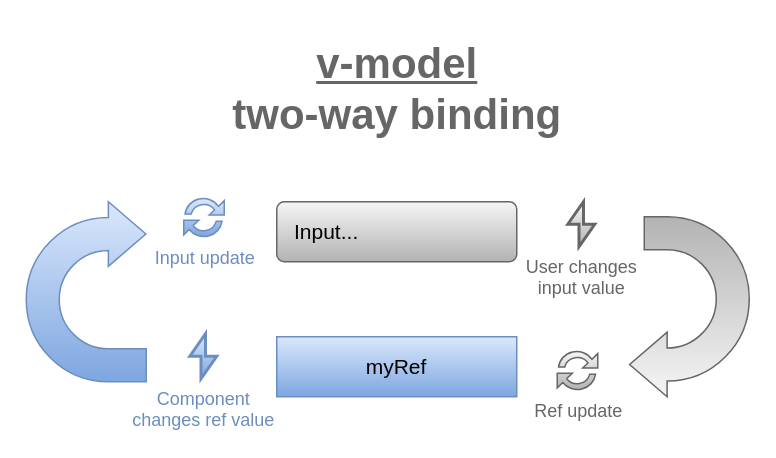
Earlier version of the draw.io diagram page "v-model" (1 of 2) of posts/171-vue-v-model/diagrams/diagram.drawio (panzerdp/dmitripavlutin.com). Source tidied: cells renumbered, new cells numbered last; positions are measured from the earlier drawing's top-left corner, leaving out a move shared by most shapes. Both pictures are drawn from the tidied source at 150%, with x=0, y=0 at pixel (26, 36).
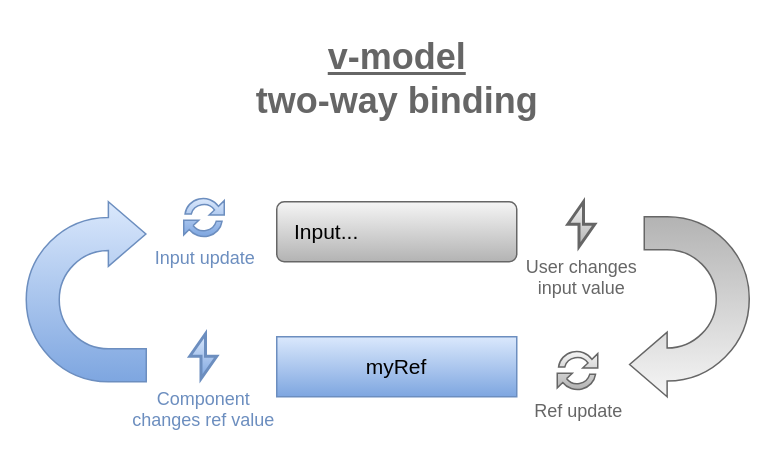
The same page after the edit.

Commit message (it also covers changes not shown here):
content: update v-model inputs pictures

Diff of the diagram source:
```diff
@@
 <mxGraphModel>
   <root>
     <mxCell id="0" />
     <mxCell id="1" parent="0" />
     <mxCell id="2" value="Input..." style="html=1;shadow=0;dashed=0;shape=mxgraph.bootstrap.rrect;rSize=5;strokeColor=#666666;strokeWidth=1;fillColor=#f5f5f5;whiteSpace=wrap;align=left;verticalAlign=middle;spacingLeft=10;fontSize=14;gradientColor=#b3b3b3;" parent="1" vertex="1">
       <mxGeometry x="167" y="110" width="160" height="40" as="geometry" />
     </mxCell>
     <mxCell id="3" value="&lt;font style=&quot;font-size: 14px;&quot;&gt;myRef&lt;/font&gt;" style="rounded=0;whiteSpace=wrap;html=1;fillColor=#dae8fc;gradientColor=#7ea6e0;strokeColor=#6c8ebf;" parent="1" vertex="1">
       <mxGeometry x="167" y="200" width="160" height="40" as="geometry" />
     </mxCell>
     <mxCell id="4" style="html=1;shadow=0;dashed=0;align=center;verticalAlign=middle;shape=mxgraph.arrows2.uTurnArrow;dy=11;arrowHead=43;dx2=25;flipH=1;flipV=1;fillColor=#f5f5f5;gradientColor=#b3b3b3;strokeColor=#666666;" parent="1" vertex="1">
       <mxGeometry x="412" y="120" width="70" height="120" as="geometry" />
     </mxCell>
     <mxCell id="5" style="html=1;shadow=0;dashed=0;align=center;verticalAlign=middle;shape=mxgraph.arrows2.uTurnArrow;dy=11;arrowHead=43;dx2=25;flipH=0;flipV=0;fillColor=#dae8fc;gradientColor=#7ea6e0;strokeColor=#6c8ebf;" parent="1" vertex="1">
       <mxGeometry y="110" width="80" height="120" as="geometry" />
     </mxCell>
-    <mxCell id="6" value="&lt;font color=&quot;#666666&quot;&gt;&lt;u&gt;v-model &lt;br&gt;&lt;/u&gt;two-way binding&lt;/font&gt;" style="text;strokeColor=none;fillColor=none;html=1;fontSize=28;fontStyle=1;verticalAlign=middle;align=center;fontColor=#333333;" parent="1" vertex="1">
-      <mxGeometry x="132" width="230" height="70" as="geometry" />
+    <mxCell id="6" value="&lt;font color=&quot;#666666&quot; style=&quot;font-size: 24px;&quot;&gt;&lt;u style=&quot;font-size: 24px;&quot;&gt;v-model &lt;br style=&quot;font-size: 24px;&quot;&gt;&lt;/u&gt;two-way binding&lt;/font&gt;" style="text;strokeColor=none;fillColor=none;html=1;fontSize=24;fontStyle=1;verticalAlign=middle;align=center;fontColor=#333333;" parent="1" vertex="1">
+      <mxGeometry x="132" y="-7" width="230" height="70" as="geometry" />
     </mxCell>
     <mxCell id="7" value="&lt;font color=&quot;#666666&quot;&gt;User changes&lt;br&gt;input value&lt;/font&gt;" style="html=1;verticalLabelPosition=bottom;align=center;labelBackgroundColor=#ffffff;verticalAlign=top;strokeWidth=2;strokeColor=#666666;shadow=0;dashed=0;shape=mxgraph.ios7.icons.flash;fillColor=#f5f5f5;gradientColor=#b3b3b3;" parent="1" vertex="1">
       <mxGeometry x="361" y="110" width="18" height="30" as="geometry" />
     </mxCell>
     <mxCell id="8" value="&lt;font color=&quot;#6c8ebf&quot;&gt;Component&lt;br&gt;changes ref value&lt;/font&gt;" style="html=1;verticalLabelPosition=bottom;align=center;labelBackgroundColor=#ffffff;verticalAlign=top;strokeWidth=2;strokeColor=#6c8ebf;shadow=0;dashed=0;shape=mxgraph.ios7.icons.flash;fillColor=#dae8fc;gradientColor=#7ea6e0;" parent="1" vertex="1">
       <mxGeometry x="109" y="198" width="18" height="30" as="geometry" />
     </mxCell>
     <mxCell id="9" value="&lt;font color=&quot;#666666&quot;&gt;Ref update&lt;/font&gt;" style="sketch=0;shadow=0;dashed=0;html=1;strokeColor=#666666;labelPosition=center;verticalLabelPosition=bottom;verticalAlign=top;align=center;fillColor=#f5f5f5;shape=mxgraph.mscae.intune.update;fontSize=12;strokeWidth=1;gradientColor=#b3b3b3;" parent="1" vertex="1">
       <mxGeometry x="354" y="209" width="27" height="27" as="geometry" />
     </mxCell>
     <mxCell id="10" value="&lt;font color=&quot;#6c8ebf&quot;&gt;Input update&lt;/font&gt;" style="sketch=0;shadow=0;dashed=0;html=1;strokeColor=#6c8ebf;labelPosition=center;verticalLabelPosition=bottom;verticalAlign=top;align=center;fillColor=#dae8fc;shape=mxgraph.mscae.intune.update;fontSize=12;strokeWidth=1;gradientColor=#7ea6e0;" parent="1" vertex="1">
       <mxGeometry x="105" y="107" width="27" height="27" as="geometry" />
     </mxCell>
   </root>
 </mxGraphModel>
```
